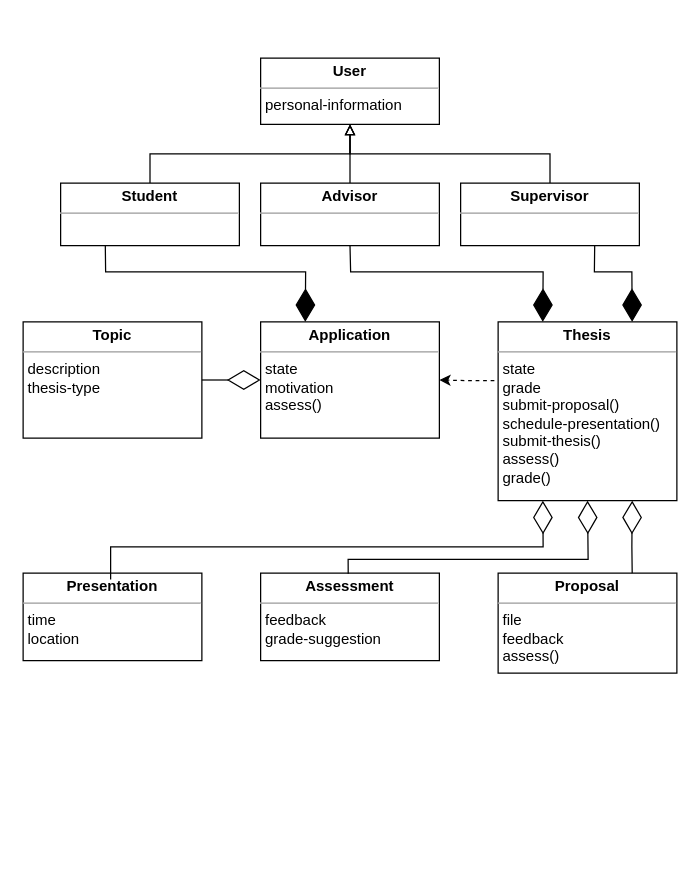
fabian-emilius/bachelor-thesis-charts keeps this draw.io diagram as analysis-object-modal.drawio. Above is the earlier version. Source tidied: cells renumbered, new cells numbered last; positions are measured from the earlier drawing's top-left corner, leaving out a move shared by most shapes. Both pictures are drawn from the tidied source at 125%, with x=0, y=0 at pixel (22, 58).
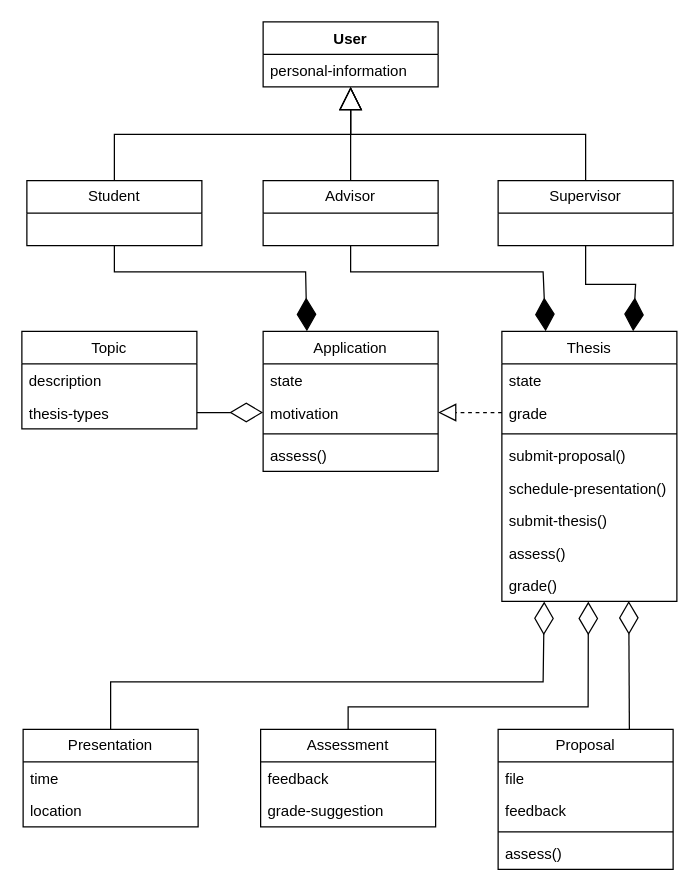
Above is the later version.

What changed in the source:
```diff
@@
-    <mxCell id="2" style="edgeStyle=orthogonalEdgeStyle;rounded=0;jettySize=auto;html=1;exitX=0.5;exitY=0;exitDx=0;exitDy=0;entryX=0.5;entryY=1;entryDx=0;entryDy=0;endArrow=block;endFill=0;" parent="1" edge="1" source="3" target="13">
-      <mxGeometry relative="1" as="geometry" />
-    </mxCell>
-    <mxCell id="3" value="&lt;p style=&quot;margin:0px;margin-top:4px;text-align:center;&quot;&gt;&lt;b&gt;Student&lt;/b&gt;&lt;/p&gt;&lt;hr size=&quot;1&quot;&gt;&lt;p style=&quot;margin:0px;margin-left:4px;&quot;&gt;&lt;br&gt;&lt;/p&gt;" style="verticalAlign=top;align=left;overflow=fill;fontSize=12;fontFamily=Helvetica;html=1;rounded=0;shadow=0;comic=0;labelBackgroundColor=none;strokeWidth=1;" parent="1" vertex="1">
-      <mxGeometry x="30" y="100" width="143" height="50" as="geometry" />
-    </mxCell>
-    <mxCell id="4" style="edgeStyle=orthogonalEdgeStyle;rounded=0;jettySize=auto;html=1;exitX=0.5;exitY=0;exitDx=0;exitDy=0;entryX=0.5;entryY=1;entryDx=0;entryDy=0;endArrow=block;endFill=0;" parent="1" edge="1" source="5" target="13">
-      <mxGeometry relative="1" as="geometry" />
-    </mxCell>
-    <mxCell id="5" value="&lt;p style=&quot;margin:0px;margin-top:4px;text-align:center;&quot;&gt;&lt;b&gt;Advisor&lt;/b&gt;&lt;/p&gt;&lt;hr size=&quot;1&quot;&gt;&lt;p style=&quot;margin:0px;margin-left:4px;&quot;&gt;&lt;br&gt;&lt;/p&gt;" style="verticalAlign=top;align=left;overflow=fill;fontSize=12;fontFamily=Helvetica;html=1;rounded=0;shadow=0;comic=0;labelBackgroundColor=none;strokeWidth=1;" parent="1" vertex="1">
-      <mxGeometry x="190" y="100" width="143" height="50" as="geometry" />
-    </mxCell>
-    <mxCell id="6" style="edgeStyle=orthogonalEdgeStyle;rounded=0;jettySize=auto;html=1;exitX=0.5;exitY=0;exitDx=0;exitDy=0;entryX=0.5;entryY=1;entryDx=0;entryDy=0;endArrow=block;endFill=0;" parent="1" edge="1" source="7" target="13">
-      <mxGeometry relative="1" as="geometry" />
-    </mxCell>
-    <mxCell id="7" value="&lt;p style=&quot;margin:0px;margin-top:4px;text-align:center;&quot;&gt;&lt;b&gt;Supervisor&lt;/b&gt;&lt;/p&gt;&lt;hr size=&quot;1&quot;&gt;&lt;p style=&quot;margin:0px;margin-left:4px;&quot;&gt;&lt;br&gt;&lt;/p&gt;" style="verticalAlign=top;align=left;overflow=fill;fontSize=12;fontFamily=Helvetica;html=1;rounded=0;shadow=0;comic=0;labelBackgroundColor=none;strokeWidth=1;" parent="1" vertex="1">
-      <mxGeometry x="350" y="100" width="143" height="50" as="geometry" />
-    </mxCell>
-    <mxCell id="8" value="&lt;p style=&quot;margin:0px;margin-top:4px;text-align:center;&quot;&gt;&lt;b&gt;Topic&lt;/b&gt;&lt;/p&gt;&lt;hr size=&quot;1&quot;&gt;&lt;p style=&quot;margin:0px;margin-left:4px;&quot;&gt;description&lt;/p&gt;&lt;p style=&quot;margin:0px;margin-left:4px;&quot;&gt;thesis-type&lt;/p&gt;" style="verticalAlign=top;align=left;overflow=fill;fontSize=12;fontFamily=Helvetica;html=1;rounded=0;shadow=0;comic=0;labelBackgroundColor=none;strokeWidth=1;" parent="1" vertex="1">
-      <mxGeometry y="211" width="143" height="93" as="geometry" />
-    </mxCell>
-    <mxCell id="9" style="edgeStyle=orthogonalEdgeStyle;rounded=0;jettySize=auto;html=1;exitX=0.021;exitY=0.329;exitDx=0;exitDy=0;entryX=1;entryY=0.5;entryDx=0;entryDy=0;dashed=1;exitPerimeter=0;" parent="1" edge="1" source="11" target="10">
-      <mxGeometry relative="1" as="geometry" />
-    </mxCell>
-    <mxCell id="10" value="&lt;p style=&quot;margin:0px;margin-top:4px;text-align:center;&quot;&gt;&lt;b&gt;Application&lt;/b&gt;&lt;/p&gt;&lt;hr size=&quot;1&quot;&gt;&lt;p style=&quot;margin:0px;margin-left:4px;&quot;&gt;state&lt;/p&gt;&lt;p style=&quot;margin:0px;margin-left:4px;&quot;&gt;motivation&lt;br&gt;assess()&lt;/p&gt;" style="verticalAlign=top;align=left;overflow=fill;fontSize=12;fontFamily=Helvetica;html=1;rounded=0;shadow=0;comic=0;labelBackgroundColor=none;strokeWidth=1;" parent="1" vertex="1">
-      <mxGeometry x="190" y="211" width="143" height="93" as="geometry" />
-    </mxCell>
-    <mxCell id="11" value="&lt;p style=&quot;margin:0px;margin-top:4px;text-align:center;&quot;&gt;&lt;b&gt;Thesis&lt;/b&gt;&lt;/p&gt;&lt;hr size=&quot;1&quot;&gt;&lt;p style=&quot;margin:0px;margin-left:4px;&quot;&gt;state&lt;/p&gt;&lt;p style=&quot;margin:0px;margin-left:4px;&quot;&gt;grade&lt;/p&gt;&lt;p style=&quot;margin:0px;margin-left:4px;&quot;&gt;submit-proposal()&lt;br&gt;&lt;/p&gt;&lt;p style=&quot;margin:0px;margin-left:4px;&quot;&gt;schedule-presentation()&lt;/p&gt;&lt;p style=&quot;margin:0px;margin-left:4px;&quot;&gt;submit-thesis()&lt;/p&gt;&lt;p style=&quot;margin:0px;margin-left:4px;&quot;&gt;assess()&lt;/p&gt;&lt;p style=&quot;margin:0px;margin-left:4px;&quot;&gt;grade()&lt;/p&gt;" style="verticalAlign=top;align=left;overflow=fill;fontSize=12;fontFamily=Helvetica;html=1;rounded=0;shadow=0;comic=0;labelBackgroundColor=none;strokeWidth=1;" parent="1" vertex="1">
-      <mxGeometry x="380" y="211" width="143" height="143" as="geometry" />
-    </mxCell>
-    <mxCell id="12" value="&lt;p style=&quot;margin:0px;margin-top:4px;text-align:center;&quot;&gt;&lt;b&gt;Presentation&lt;/b&gt;&lt;/p&gt;&lt;hr size=&quot;1&quot;&gt;&lt;p style=&quot;margin:0px;margin-left:4px;&quot;&gt;time&lt;/p&gt;&lt;p style=&quot;margin:0px;margin-left:4px;&quot;&gt;location&lt;/p&gt;" style="verticalAlign=top;align=left;overflow=fill;fontSize=12;fontFamily=Helvetica;html=1;rounded=0;shadow=0;comic=0;labelBackgroundColor=none;strokeWidth=1;" parent="1" vertex="1">
-      <mxGeometry y="412" width="143" height="70" as="geometry" />
-    </mxCell>
-    <mxCell id="13" value="&lt;p style=&quot;margin:0px;margin-top:4px;text-align:center;&quot;&gt;&lt;b&gt;User&lt;/b&gt;&lt;/p&gt;&lt;hr size=&quot;1&quot;&gt;&lt;p style=&quot;margin:0px;margin-left:4px;&quot;&gt;personal-information&lt;/p&gt;" style="verticalAlign=top;align=left;overflow=fill;fontSize=12;fontFamily=Helvetica;html=1;rounded=0;shadow=0;comic=0;labelBackgroundColor=none;strokeWidth=1;" parent="1" vertex="1">
-      <mxGeometry x="190" width="143" height="53" as="geometry" />
-    </mxCell>
-    <mxCell id="14" value="&lt;p style=&quot;margin:0px;margin-top:4px;text-align:center;&quot;&gt;&lt;b&gt;Assessment&lt;/b&gt;&lt;/p&gt;&lt;hr size=&quot;1&quot;&gt;&lt;p style=&quot;margin:0px;margin-left:4px;&quot;&gt;feedback&lt;/p&gt;&lt;p style=&quot;margin:0px;margin-left:4px;&quot;&gt;grade-suggestion&lt;/p&gt;" style="verticalAlign=top;align=left;overflow=fill;fontSize=12;fontFamily=Helvetica;html=1;rounded=0;shadow=0;comic=0;labelBackgroundColor=none;strokeWidth=1;" parent="1" vertex="1">
-      <mxGeometry x="190" y="412" width="143" height="70" as="geometry" />
-    </mxCell>
-    <mxCell id="15" value="&lt;p style=&quot;margin:0px;margin-top:4px;text-align:center;&quot;&gt;&lt;b&gt;Proposal&lt;/b&gt;&lt;/p&gt;&lt;hr size=&quot;1&quot;&gt;&lt;p style=&quot;margin:0px;margin-left:4px;&quot;&gt;file&lt;/p&gt;&lt;p style=&quot;margin:0px;margin-left:4px;&quot;&gt;feedback&lt;/p&gt;&lt;p style=&quot;margin:0px;margin-left:4px;&quot;&gt;assess()&lt;/p&gt;" style="verticalAlign=top;align=left;overflow=fill;fontSize=12;fontFamily=Helvetica;html=1;rounded=0;shadow=0;comic=0;labelBackgroundColor=none;strokeWidth=1;" parent="1" vertex="1">
-      <mxGeometry x="380" y="412" width="143" height="80" as="geometry" />
-    </mxCell>
-    <mxCell id="16" style="endArrow=diamondThin;endFill=0;endSize=24;html=1;rounded=0;entryX=0.25;entryY=1;entryDx=0;entryDy=0;" parent="1" edge="1" target="11">
+    <mxCell id="16" style="endArrow=diamondThin;endFill=0;endSize=24;html=1;rounded=0;entryX=0.242;entryY=1.01;entryDx=0;entryDy=0;exitX=0.5;exitY=0;exitDx=0;exitDy=0;entryPerimeter=0;" parent="1" edge="1" source="40" target="39">
       <mxGeometry relative="1" as="geometry">
-        <mxPoint x="70" y="417" as="sourcePoint" />
         <Array as="points">
-          <mxPoint x="70" y="391" />
-          <mxPoint x="416" y="391" />
+          <mxPoint x="70" y="499" />
+          <mxPoint x="416" y="499" />
         </Array>
       </mxGeometry>
     </mxCell>
-    <mxCell id="17" style="endArrow=diamondThin;endFill=0;endSize=24;html=1;rounded=0;exitX=0.75;exitY=0;exitDx=0;exitDy=0;entryX=0.75;entryY=1;entryDx=0;entryDy=0;" parent="1" edge="1" source="15" target="11">
-      <mxGeometry relative="1" as="geometry">
-        <Array as="points">
-          <mxPoint x="487" y="391" />
-        </Array>
-      </mxGeometry>
+    <mxCell id="17" style="endArrow=diamondThin;endFill=0;endSize=24;html=1;rounded=0;exitX=0.75;exitY=0;exitDx=0;exitDy=0;entryX=0.725;entryY=0.993;entryDx=0;entryDy=0;entryPerimeter=0;" parent="1" edge="1" source="46" target="39">
+      <mxGeometry relative="1" as="geometry" />
     </mxCell>
-    <mxCell id="18" style="endArrow=diamondThin;endFill=0;endSize=24;html=1;rounded=0;entryX=0.5;entryY=1;entryDx=0;entryDy=0;exitX=0.49;exitY=0.006;exitDx=0;exitDy=0;exitPerimeter=0;" parent="1" edge="1" source="14" target="11">
+    <mxCell id="18" style="endArrow=diamondThin;endFill=0;endSize=24;html=1;rounded=0;entryX=0.494;entryY=1.01;entryDx=0;entryDy=0;exitX=0.5;exitY=0;exitDx=0;exitDy=0;entryPerimeter=0;" parent="1" edge="1" source="43" target="39">
       <mxGeometry relative="1" as="geometry">
         <Array as="points">
-          <mxPoint x="260" y="401" />
-          <mxPoint x="452" y="401" />
+          <mxPoint x="260" y="519" />
+          <mxPoint x="452" y="519" />
         </Array>
       </mxGeometry>
     </mxCell>
-    <mxCell id="19" style="endArrow=diamondThin;endFill=1;endSize=24;html=1;rounded=0;exitX=0.5;exitY=1;exitDx=0;exitDy=0;entryX=0.25;entryY=0;entryDx=0;entryDy=0;" parent="1" edge="1" source="5" target="11">
+    <mxCell id="19" style="endArrow=diamondThin;endFill=1;endSize=24;html=1;rounded=0;exitX=0.5;exitY=1;exitDx=0;exitDy=0;entryX=0.25;entryY=0;entryDx=0;entryDy=0;" parent="1" edge="1" source="5" target="31">
       <mxGeometry relative="1" as="geometry">
         <Array as="points">
           <mxPoint x="262" y="171" />
           <mxPoint x="416" y="171" />
         </Array>
       </mxGeometry>
     </mxCell>
-    <mxCell id="20" style="endArrow=diamondThin;endFill=1;endSize=24;html=1;rounded=0;entryX=0.75;entryY=0;entryDx=0;entryDy=0;exitX=0.75;exitY=1;exitDx=0;exitDy=0;" parent="1" edge="1" source="7" target="11">
+    <mxCell id="20" style="endArrow=diamondThin;endFill=1;endSize=24;html=1;rounded=0;entryX=0.75;entryY=0;entryDx=0;entryDy=0;" parent="1" edge="1" source="7" target="31">
       <mxGeometry relative="1" as="geometry">
         <Array as="points">
-          <mxPoint x="457" y="171" />
-          <mxPoint x="487" y="171" />
+          <mxPoint x="450" y="181" />
+          <mxPoint x="490" y="181" />
         </Array>
       </mxGeometry>
     </mxCell>
-    <mxCell id="21" style="endArrow=diamondThin;endFill=0;endSize=24;html=1;rounded=0;exitX=1;exitY=0.5;exitDx=0;exitDy=0;entryX=0;entryY=0.5;entryDx=0;entryDy=0;" parent="1" edge="1" source="8" target="10">
+    <mxCell id="21" style="endArrow=diamondThin;endFill=0;endSize=24;html=1;rounded=0;exitX=1;exitY=0.5;exitDx=0;exitDy=0;entryX=0;entryY=0.5;entryDx=0;entryDy=0;" parent="1" edge="1" source="25" target="28">
       <mxGeometry relative="1" as="geometry" />
     </mxCell>
-    <mxCell id="22" style="endArrow=diamondThin;endFill=1;endSize=24;html=1;rounded=0;exitX=0.25;exitY=1;exitDx=0;exitDy=0;entryX=0.25;entryY=0;entryDx=0;entryDy=0;" parent="1" edge="1" source="3" target="10">
+    <mxCell id="22" style="endArrow=diamondThin;endFill=1;endSize=24;html=1;rounded=0;exitX=0.5;exitY=1;exitDx=0;exitDy=0;entryX=0.25;entryY=0;entryDx=0;entryDy=0;" parent="1" edge="1" source="3" target="26">
       <mxGeometry relative="1" as="geometry">
         <Array as="points">
-          <mxPoint x="66" y="171" />
+          <mxPoint x="73" y="171" />
           <mxPoint x="226" y="171" />
         </Array>
       </mxGeometry>
     </mxCell>
+    <mxCell id="3" value="Student" style="swimlane;fontStyle=0;horizontal=1;startSize=26;fillColor=none;whiteSpace=wrap;html=1;" parent="1" vertex="1">
+      <mxGeometry x="3" y="98" width="140" height="52" as="geometry" />
+    </mxCell>
+    <mxCell id="7" value="Supervisor" style="swimlane;fontStyle=0;horizontal=1;startSize=26;fillColor=none;whiteSpace=wrap;html=1;" parent="1" vertex="1">
+      <mxGeometry x="380" y="98" width="140" height="52" as="geometry" />
+    </mxCell>
+    <mxCell id="5" value="Advisor" style="swimlane;fontStyle=0;horizontal=1;startSize=26;fillColor=none;whiteSpace=wrap;html=1;" parent="1" vertex="1">
+      <mxGeometry x="192" y="98" width="140" height="52" as="geometry" />
+    </mxCell>
+    <mxCell id="23" value="Topic" style="swimlane;fontStyle=0;horizontal=1;startSize=26;fillColor=none;whiteSpace=wrap;html=1;" parent="1" vertex="1">
+      <mxGeometry x="-1" y="218.5" width="140" height="78" as="geometry" />
+    </mxCell>
+    <mxCell id="24" value="description" style="text;strokeColor=none;fillColor=none;align=left;verticalAlign=top;spacingLeft=4;spacingRight=4;overflow=hidden;whiteSpace=wrap;html=1;" parent="23" vertex="1">
+      <mxGeometry y="26" width="140" height="26" as="geometry" />
+    </mxCell>
+    <mxCell id="25" value="thesis-types" style="text;strokeColor=none;fillColor=none;align=left;verticalAlign=top;spacingLeft=4;spacingRight=4;overflow=hidden;points=[[0,0.5],[1,0.5]];portConstraint=eastwest;whiteSpace=wrap;html=1;" parent="23" vertex="1">
+      <mxGeometry y="52" width="140" height="26" as="geometry" />
+    </mxCell>
+    <mxCell id="26" value="Application" style="swimlane;fontStyle=0;horizontal=1;startSize=26;fillColor=none;whiteSpace=wrap;html=1;" parent="1" vertex="1">
+      <mxGeometry x="192" y="218.5" width="140" height="112" as="geometry" />
+    </mxCell>
+    <mxCell id="27" value="state" style="text;strokeColor=none;fillColor=none;align=left;verticalAlign=top;spacingLeft=4;spacingRight=4;overflow=hidden;whiteSpace=wrap;html=1;" parent="26" vertex="1">
+      <mxGeometry y="26" width="140" height="26" as="geometry" />
+    </mxCell>
+    <mxCell id="28" value="motivation" style="text;strokeColor=none;fillColor=none;align=left;verticalAlign=top;spacingLeft=4;spacingRight=4;overflow=hidden;points=[[0,0.5],[1,0.5]];portConstraint=eastwest;whiteSpace=wrap;html=1;" parent="26" vertex="1">
+      <mxGeometry y="52" width="140" height="26" as="geometry" />
+    </mxCell>
+    <mxCell id="29" style="line;strokeWidth=1;fillColor=none;align=left;verticalAlign=middle;spacingTop=-1;spacingLeft=3;spacingRight=3;labelPosition=right;strokeColor=inherit;" parent="26" vertex="1">
+      <mxGeometry y="78" width="140" height="8" as="geometry" />
+    </mxCell>
+    <mxCell id="30" value="assess()" style="text;strokeColor=none;fillColor=none;align=left;verticalAlign=top;spacingLeft=4;spacingRight=4;overflow=hidden;whiteSpace=wrap;html=1;" parent="26" vertex="1">
+      <mxGeometry y="86" width="140" height="26" as="geometry" />
+    </mxCell>
+    <mxCell id="31" value="Thesis" style="swimlane;fontStyle=0;horizontal=1;startSize=26;fillColor=none;whiteSpace=wrap;html=1;" parent="1" vertex="1">
+      <mxGeometry x="383" y="218.5" width="140" height="216" as="geometry" />
+    </mxCell>
+    <mxCell id="32" value="state" style="text;strokeColor=none;fillColor=none;align=left;verticalAlign=top;spacingLeft=4;spacingRight=4;overflow=hidden;whiteSpace=wrap;html=1;" parent="31" vertex="1">
+      <mxGeometry y="26" width="140" height="26" as="geometry" />
+    </mxCell>
+    <mxCell id="33" value="grade" style="text;strokeColor=none;fillColor=none;align=left;verticalAlign=top;spacingLeft=4;spacingRight=4;overflow=hidden;points=[[0,0.5],[1,0.5]];portConstraint=eastwest;whiteSpace=wrap;html=1;" parent="31" vertex="1">
+      <mxGeometry y="52" width="140" height="26" as="geometry" />
+    </mxCell>
+    <mxCell id="34" style="line;strokeWidth=1;fillColor=none;align=left;verticalAlign=middle;spacingTop=-1;spacingLeft=3;spacingRight=3;labelPosition=right;strokeColor=inherit;" parent="31" vertex="1">
+      <mxGeometry y="78" width="140" height="8" as="geometry" />
+    </mxCell>
+    <mxCell id="35" value="submit-proposal()" style="text;strokeColor=none;fillColor=none;align=left;verticalAlign=top;spacingLeft=4;spacingRight=4;overflow=hidden;whiteSpace=wrap;html=1;" parent="31" vertex="1">
+      <mxGeometry y="86" width="140" height="26" as="geometry" />
+    </mxCell>
+    <mxCell id="36" value="schedule-presentation()" style="text;strokeColor=none;fillColor=none;align=left;verticalAlign=top;spacingLeft=4;spacingRight=4;overflow=hidden;whiteSpace=wrap;html=1;" parent="31" vertex="1">
+      <mxGeometry y="112" width="140" height="26" as="geometry" />
+    </mxCell>
+    <mxCell id="37" value="submit-thesis()" style="text;strokeColor=none;fillColor=none;align=left;verticalAlign=top;spacingLeft=4;spacingRight=4;overflow=hidden;whiteSpace=wrap;html=1;" parent="31" vertex="1">
+      <mxGeometry y="138" width="140" height="26" as="geometry" />
+    </mxCell>
+    <mxCell id="38" value="assess()" style="text;strokeColor=none;fillColor=none;align=left;verticalAlign=top;spacingLeft=4;spacingRight=4;overflow=hidden;whiteSpace=wrap;html=1;" parent="31" vertex="1">
+      <mxGeometry y="164" width="140" height="26" as="geometry" />
+    </mxCell>
+    <mxCell id="39" value="grade()" style="text;strokeColor=none;fillColor=none;align=left;verticalAlign=top;spacingLeft=4;spacingRight=4;overflow=hidden;points=[[0,0.5],[1,0.5]];portConstraint=eastwest;whiteSpace=wrap;html=1;" parent="31" vertex="1">
+      <mxGeometry y="190" width="140" height="26" as="geometry" />
+    </mxCell>
+    <mxCell id="40" value="Presentation" style="swimlane;fontStyle=0;horizontal=1;startSize=26;fillColor=none;whiteSpace=wrap;html=1;" parent="1" vertex="1">
+      <mxGeometry y="537" width="140" height="78" as="geometry" />
+    </mxCell>
+    <mxCell id="41" value="time" style="text;strokeColor=none;fillColor=none;align=left;verticalAlign=top;spacingLeft=4;spacingRight=4;overflow=hidden;whiteSpace=wrap;html=1;" parent="40" vertex="1">
+      <mxGeometry y="26" width="140" height="26" as="geometry" />
+    </mxCell>
+    <mxCell id="42" value="location" style="text;strokeColor=none;fillColor=none;align=left;verticalAlign=top;spacingLeft=4;spacingRight=4;overflow=hidden;whiteSpace=wrap;html=1;" parent="40" vertex="1">
+      <mxGeometry y="52" width="140" height="26" as="geometry" />
+    </mxCell>
+    <mxCell id="43" value="Assessment" style="swimlane;fontStyle=0;horizontal=1;startSize=26;fillColor=none;whiteSpace=wrap;html=1;" parent="1" vertex="1">
+      <mxGeometry x="190" y="537" width="140" height="78" as="geometry" />
+    </mxCell>
+    <mxCell id="44" value="feedback" style="text;strokeColor=none;fillColor=none;align=left;verticalAlign=top;spacingLeft=4;spacingRight=4;overflow=hidden;whiteSpace=wrap;html=1;" parent="43" vertex="1">
+      <mxGeometry y="26" width="140" height="26" as="geometry" />
+    </mxCell>
+    <mxCell id="45" value="grade-suggestion" style="text;strokeColor=none;fillColor=none;align=left;verticalAlign=top;spacingLeft=4;spacingRight=4;overflow=hidden;whiteSpace=wrap;html=1;" parent="43" vertex="1">
+      <mxGeometry y="52" width="140" height="26" as="geometry" />
+    </mxCell>
+    <mxCell id="46" value="Proposal" style="swimlane;fontStyle=0;horizontal=1;startSize=26;fillColor=none;whiteSpace=wrap;html=1;" parent="1" vertex="1">
+      <mxGeometry x="380" y="537" width="140" height="112" as="geometry" />
+    </mxCell>
+    <mxCell id="47" value="file" style="text;strokeColor=none;fillColor=none;align=left;verticalAlign=top;spacingLeft=4;spacingRight=4;overflow=hidden;whiteSpace=wrap;html=1;" parent="46" vertex="1">
+      <mxGeometry y="26" width="140" height="26" as="geometry" />
+    </mxCell>
+    <mxCell id="48" value="feedback" style="text;strokeColor=none;fillColor=none;align=left;verticalAlign=top;spacingLeft=4;spacingRight=4;overflow=hidden;whiteSpace=wrap;html=1;" parent="46" vertex="1">
+      <mxGeometry y="52" width="140" height="26" as="geometry" />
+    </mxCell>
+    <mxCell id="49" style="line;strokeWidth=1;fillColor=none;align=left;verticalAlign=middle;spacingTop=-1;spacingLeft=3;spacingRight=3;labelPosition=right;strokeColor=inherit;" parent="46" vertex="1">
+      <mxGeometry y="78" width="140" height="8" as="geometry" />
+    </mxCell>
+    <mxCell id="50" value="assess()" style="text;strokeColor=none;fillColor=none;align=left;verticalAlign=top;spacingLeft=4;spacingRight=4;overflow=hidden;whiteSpace=wrap;html=1;" parent="46" vertex="1">
+      <mxGeometry y="86" width="140" height="26" as="geometry" />
+    </mxCell>
+    <mxCell id="51" style="endArrow=block;endSize=16;endFill=0;html=1;rounded=0;exitX=0.5;exitY=0;exitDx=0;exitDy=0;" parent="1" edge="1" source="3" target="54">
+      <mxGeometry relative="1" as="geometry">
+        <Array as="points">
+          <mxPoint x="73" y="61" />
+          <mxPoint x="262" y="61" />
+        </Array>
+      </mxGeometry>
+    </mxCell>
+    <mxCell id="52" style="endArrow=block;endSize=16;endFill=0;html=1;rounded=0;exitX=0.5;exitY=0;exitDx=0;exitDy=0;" parent="1" edge="1" source="5" target="54">
+      <mxGeometry relative="1" as="geometry" />
+    </mxCell>
+    <mxCell id="53" style="endArrow=block;endSize=16;endFill=0;html=1;rounded=0;exitX=0.5;exitY=0;exitDx=0;exitDy=0;" parent="1" edge="1" source="7" target="54">
+      <mxGeometry relative="1" as="geometry">
+        <Array as="points">
+          <mxPoint x="450" y="61" />
+          <mxPoint x="262" y="61" />
+        </Array>
+      </mxGeometry>
+    </mxCell>
+    <mxCell id="54" value="User" style="swimlane;fontStyle=1;align=center;verticalAlign=top;horizontal=1;startSize=26;whiteSpace=wrap;html=1;" parent="1" vertex="1">
+      <mxGeometry x="192" y="-29" width="140" height="52" as="geometry" />
+    </mxCell>
+    <mxCell id="55" value="personal-information" style="text;strokeColor=none;fillColor=none;align=left;verticalAlign=top;spacingLeft=4;spacingRight=4;overflow=hidden;whiteSpace=wrap;html=1;" parent="54" vertex="1">
+      <mxGeometry y="26" width="140" height="26" as="geometry" />
+    </mxCell>
+    <mxCell id="56" style="endArrow=block;dashed=1;endFill=0;endSize=12;html=1;rounded=0;exitX=0;exitY=0.5;exitDx=0;exitDy=0;entryX=1;entryY=0.5;entryDx=0;entryDy=0;" parent="1" edge="1" source="33" target="28">
+      <mxGeometry relative="1" as="geometry" />
+    </mxCell>
```
